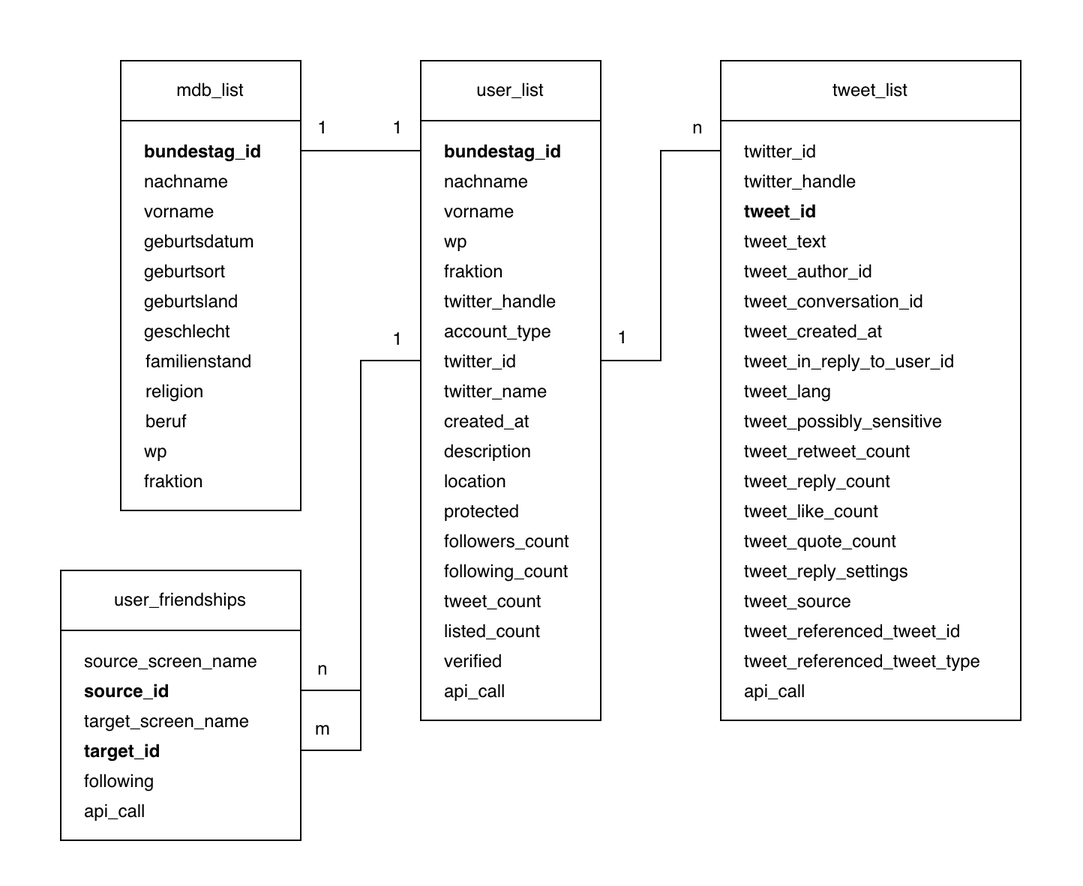
Earlier version of the draw.io export docs/entityrelationshipdiagram.png (lucashoeft/Content-Sharing). Source tidied: cells renumbered, new cells last; positions are measured from the earlier drawing's top-left corner, leaving out a move shared by most shapes.
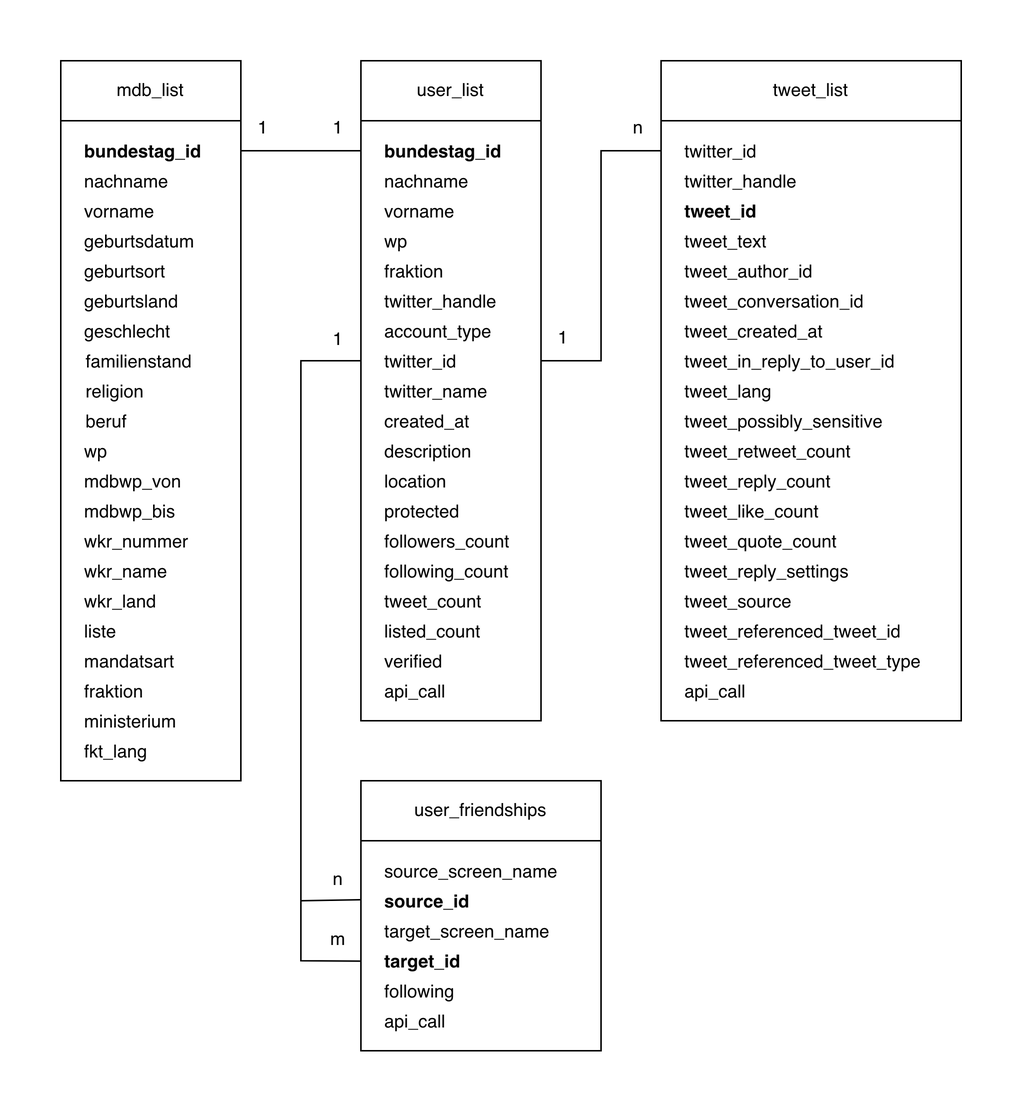
Later version of the same file.

What changed in the source:
```diff
@@ -3,20 +3,20 @@
     <mxCell id="0" />
     <mxCell id="1" parent="0" />
     <mxCell id="2" style="rounded=0;whiteSpace=wrap;html=1;fontColor=#000000;strokeColor=none;" parent="1" vertex="1">
-      <mxGeometry width="720" height="590" as="geometry" />
+      <mxGeometry x="40" width="680" height="740" as="geometry" />
     </mxCell>
-    <mxCell id="3" style="endArrow=none;html=1;rounded=0;fontColor=#000000;exitX=1;exitY=0.5;exitDx=0;exitDy=0;entryX=0;entryY=0.5;entryDx=0;entryDy=0;" parent="1" edge="1" source="65" target="16">
+    <mxCell id="3" style="endArrow=none;html=1;rounded=0;fontColor=#000000;entryX=0;entryY=0.5;entryDx=0;entryDy=0;exitX=0;exitY=0.573;exitDx=0;exitDy=0;exitPerimeter=0;" parent="1" edge="1" source="61" target="16">
       <mxGeometry relative="1" as="geometry">
         <Array as="points">
-          <mxPoint x="240" y="500" />
+          <mxPoint x="240" y="640" />
           <mxPoint x="240" y="240" />
         </Array>
       </mxGeometry>
     </mxCell>
-    <mxCell id="4" style="endArrow=none;html=1;rounded=0;fontColor=#000000;entryX=0;entryY=0.5;entryDx=0;entryDy=0;exitX=1;exitY=0.5;exitDx=0;exitDy=0;" parent="1" edge="1" source="63" target="16">
+    <mxCell id="4" style="endArrow=none;html=1;rounded=0;fontColor=#000000;entryX=0;entryY=0.5;entryDx=0;entryDy=0;exitX=-0.003;exitY=0.281;exitDx=0;exitDy=0;exitPerimeter=0;" parent="1" edge="1" source="61" target="16">
       <mxGeometry relative="1" as="geometry">
         <Array as="points">
-          <mxPoint x="240" y="460" />
+          <mxPoint x="240" y="600" />
           <mxPoint x="240" y="240" />
         </Array>
       </mxGeometry>
@@ -99,7 +99,7 @@
       <mxGeometry x="80" y="40" width="120" height="40" as="geometry" />
     </mxCell>
     <mxCell id="29" style="rounded=0;whiteSpace=wrap;html=1;" parent="1" vertex="1">
-      <mxGeometry x="80" y="80" width="120" height="260" as="geometry" />
+      <mxGeometry x="80" y="80" width="120" height="440" as="geometry" />
     </mxCell>
     <mxCell id="30" value="bundestag_id" style="text;strokeColor=none;fillColor=none;align=left;verticalAlign=middle;spacingLeft=4;spacingRight=4;overflow=hidden;points=[[0,0.5],[1,0.5]];portConstraint=eastwest;fontStyle=1;" parent="1" vertex="1">
       <mxGeometry x="90" y="80" width="110" height="40" as="geometry" />
@@ -114,7 +114,7 @@
       <mxGeometry x="90" y="280" width="110" height="40" as="geometry" />
     </mxCell>
     <mxCell id="34" value="fraktion" style="text;strokeColor=none;fillColor=none;align=left;verticalAlign=middle;spacingLeft=4;spacingRight=4;overflow=hidden;fontStyle=0;" parent="1" vertex="1">
-      <mxGeometry x="90" y="300" width="110" height="40" as="geometry" />
+      <mxGeometry x="90" y="440" width="110" height="40" as="geometry" />
     </mxCell>
     <mxCell id="35" value="tweet_list" style="rounded=0;whiteSpace=wrap;html=1;" parent="1" vertex="1">
       <mxGeometry x="480" y="40" width="200" height="40" as="geometry" />
@@ -192,37 +192,37 @@
       <mxGeometry x="450" y="70" width="30" height="30" as="geometry" />
     </mxCell>
     <mxCell id="60" value="user_friendships" style="rounded=0;whiteSpace=wrap;html=1;" parent="1" vertex="1">
-      <mxGeometry x="40" y="380" width="160" height="40" as="geometry" />
+      <mxGeometry x="280" y="520" width="160" height="40" as="geometry" />
     </mxCell>
     <mxCell id="61" style="rounded=0;whiteSpace=wrap;html=1;" parent="1" vertex="1">
-      <mxGeometry x="40" y="420" width="160" height="140" as="geometry" />
+      <mxGeometry x="280" y="560" width="160" height="140" as="geometry" />
     </mxCell>
     <mxCell id="62" value="source_screen_name" style="text;strokeColor=none;fillColor=none;align=left;verticalAlign=middle;spacingLeft=4;spacingRight=4;overflow=hidden;fontStyle=0;" parent="1" vertex="1">
-      <mxGeometry x="50" y="420" width="140" height="40" as="geometry" />
+      <mxGeometry x="290" y="560" width="140" height="40" as="geometry" />
     </mxCell>
     <mxCell id="63" value="source_id" style="text;strokeColor=none;fillColor=none;align=left;verticalAlign=middle;spacingLeft=4;spacingRight=4;overflow=hidden;points=[[0,0.5],[1,0.5]];portConstraint=eastwest;fontStyle=1;" parent="1" vertex="1">
-      <mxGeometry x="50" y="440" width="150" height="40" as="geometry" />
+      <mxGeometry x="290" y="580" width="150" height="40" as="geometry" />
     </mxCell>
     <mxCell id="64" value="target_screen_name" style="text;strokeColor=none;fillColor=none;align=left;verticalAlign=middle;spacingLeft=4;spacingRight=4;overflow=hidden;fontStyle=0;" parent="1" vertex="1">
-      <mxGeometry x="50" y="460" width="140" height="40" as="geometry" />
+      <mxGeometry x="290" y="600" width="140" height="40" as="geometry" />
     </mxCell>
     <mxCell id="65" value="target_id" style="text;strokeColor=none;fillColor=none;align=left;verticalAlign=middle;spacingLeft=4;spacingRight=4;overflow=hidden;points=[[0,0.5],[1,0.5]];portConstraint=eastwest;fontStyle=1;" parent="1" vertex="1">
-      <mxGeometry x="50" y="480" width="150" height="40" as="geometry" />
+      <mxGeometry x="290" y="620" width="150" height="40" as="geometry" />
     </mxCell>
     <mxCell id="66" value="following" style="text;strokeColor=none;fillColor=none;align=left;verticalAlign=middle;spacingLeft=4;spacingRight=4;overflow=hidden;fontStyle=0;" parent="1" vertex="1">
-      <mxGeometry x="50" y="500" width="110" height="40" as="geometry" />
+      <mxGeometry x="290" y="640" width="110" height="40" as="geometry" />
     </mxCell>
     <mxCell id="67" value="api_call" style="text;strokeColor=none;fillColor=none;align=left;verticalAlign=middle;spacingLeft=4;spacingRight=4;overflow=hidden;fontStyle=0;" parent="1" vertex="1">
-      <mxGeometry x="50" y="520" width="110" height="40" as="geometry" />
+      <mxGeometry x="290" y="660" width="110" height="40" as="geometry" />
     </mxCell>
     <mxCell id="68" value="1" style="text;strokeColor=none;fillColor=none;align=center;verticalAlign=middle;spacingLeft=4;spacingRight=4;overflow=hidden;fontColor=#000000;html=0;" parent="1" vertex="1">
       <mxGeometry x="250" y="210" width="30" height="30" as="geometry" />
     </mxCell>
     <mxCell id="69" value="n" style="text;strokeColor=none;fillColor=none;align=center;verticalAlign=middle;spacingLeft=4;spacingRight=4;overflow=hidden;fontColor=#000000;html=0;" parent="1" vertex="1">
-      <mxGeometry x="200" y="430" width="30" height="30" as="geometry" />
+      <mxGeometry x="250" y="570" width="30" height="30" as="geometry" />
     </mxCell>
     <mxCell id="70" value="m" style="text;strokeColor=none;fillColor=none;align=center;verticalAlign=middle;spacingLeft=4;spacingRight=4;overflow=hidden;fontColor=#000000;html=0;" parent="1" vertex="1">
-      <mxGeometry x="200" y="470" width="30" height="30" as="geometry" />
+      <mxGeometry x="250" y="610" width="30" height="30" as="geometry" />
     </mxCell>
     <mxCell id="71" value="geburtsdatum" style="text;strokeColor=none;fillColor=none;align=left;verticalAlign=middle;spacingLeft=4;spacingRight=4;overflow=hidden;fontStyle=0;" parent="1" vertex="1">
       <mxGeometry x="90" y="140" width="110" height="40" as="geometry" />
@@ -245,5 +245,32 @@
     <mxCell id="77" value="beruf" style="text;strokeColor=none;fillColor=none;align=left;verticalAlign=middle;spacingLeft=4;spacingRight=4;overflow=hidden;fontStyle=0;spacing=3;" parent="1" vertex="1">
       <mxGeometry x="90" y="260" width="110" height="40" as="geometry" />
     </mxCell>
+    <mxCell id="78" value="mdbwp_von" style="text;strokeColor=none;fillColor=none;align=left;verticalAlign=middle;spacingLeft=4;spacingRight=4;overflow=hidden;fontStyle=0;" parent="1" vertex="1">
+      <mxGeometry x="90" y="300" width="110" height="40" as="geometry" />
+    </mxCell>
+    <mxCell id="79" value="mdbwp_bis" style="text;strokeColor=none;fillColor=none;align=left;verticalAlign=middle;spacingLeft=4;spacingRight=4;overflow=hidden;fontStyle=0;" parent="1" vertex="1">
+      <mxGeometry x="90" y="320" width="110" height="40" as="geometry" />
+    </mxCell>
+    <mxCell id="80" value="wkr_nummer" style="text;strokeColor=none;fillColor=none;align=left;verticalAlign=middle;spacingLeft=4;spacingRight=4;overflow=hidden;fontStyle=0;" parent="1" vertex="1">
+      <mxGeometry x="90" y="340" width="110" height="40" as="geometry" />
+    </mxCell>
+    <mxCell id="81" value="wkr_name" style="text;strokeColor=none;fillColor=none;align=left;verticalAlign=middle;spacingLeft=4;spacingRight=4;overflow=hidden;fontStyle=0;" parent="1" vertex="1">
+      <mxGeometry x="90" y="360" width="110" height="40" as="geometry" />
+    </mxCell>
+    <mxCell id="82" value="wkr_land" style="text;strokeColor=none;fillColor=none;align=left;verticalAlign=middle;spacingLeft=4;spacingRight=4;overflow=hidden;fontStyle=0;" parent="1" vertex="1">
+      <mxGeometry x="90" y="380" width="110" height="40" as="geometry" />
+    </mxCell>
+    <mxCell id="83" value="liste" style="text;strokeColor=none;fillColor=none;align=left;verticalAlign=middle;spacingLeft=4;spacingRight=4;overflow=hidden;fontStyle=0;" parent="1" vertex="1">
+      <mxGeometry x="90" y="400" width="110" height="40" as="geometry" />
+    </mxCell>
+    <mxCell id="84" value="mandatsart" style="text;strokeColor=none;fillColor=none;align=left;verticalAlign=middle;spacingLeft=4;spacingRight=4;overflow=hidden;fontStyle=0;" parent="1" vertex="1">
+      <mxGeometry x="90" y="420" width="110" height="40" as="geometry" />
+    </mxCell>
+    <mxCell id="85" value="ministerium" style="text;strokeColor=none;fillColor=none;align=left;verticalAlign=middle;spacingLeft=4;spacingRight=4;overflow=hidden;fontStyle=0;" parent="1" vertex="1">
+      <mxGeometry x="90" y="460" width="110" height="40" as="geometry" />
+    </mxCell>
+    <mxCell id="86" value="fkt_lang" style="text;strokeColor=none;fillColor=none;align=left;verticalAlign=middle;spacingLeft=4;spacingRight=4;overflow=hidden;fontStyle=0;" parent="1" vertex="1">
+      <mxGeometry x="90" y="480" width="110" height="40" as="geometry" />
+    </mxCell>
   </root>
 </mxGraphModel>
```
